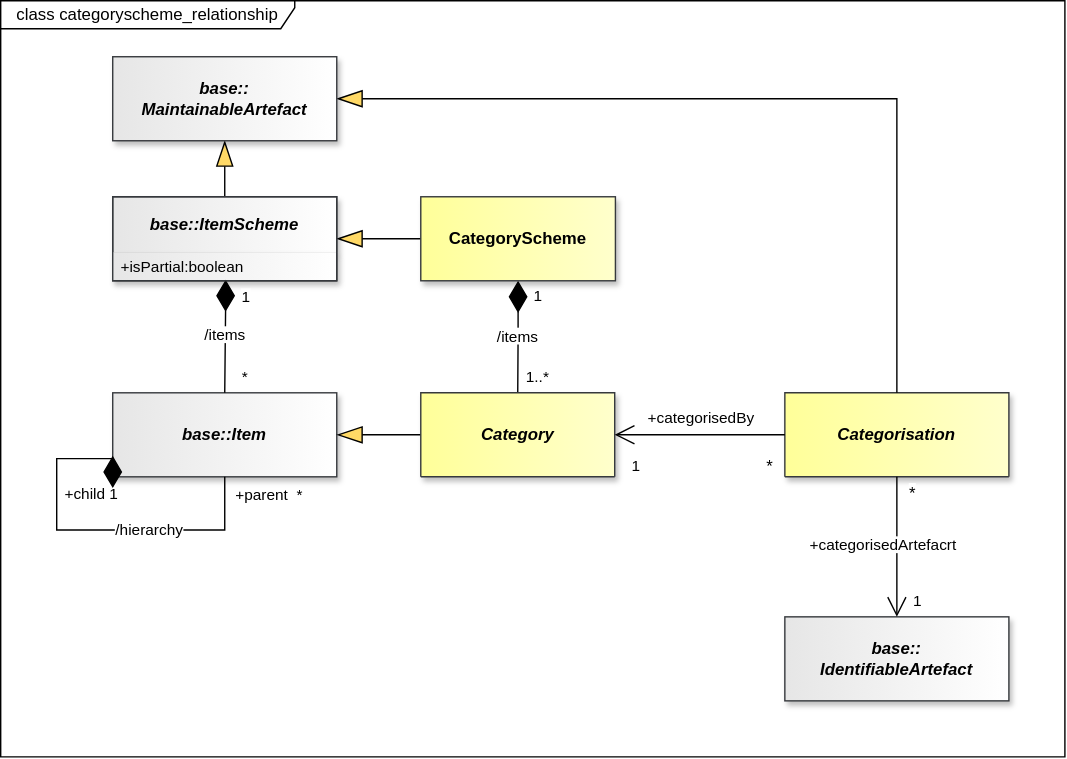
sdmx-twg/sdmx-im keeps this draw.io diagram as docs/information_model/media/sdmx_categoryscheme-categoryscheme_relationship.svg. Above is the earlier version. Source tidied: cells renumbered, new cells last; positions are measured from the earlier drawing's top-left corner, leaving out a move shared by most shapes.
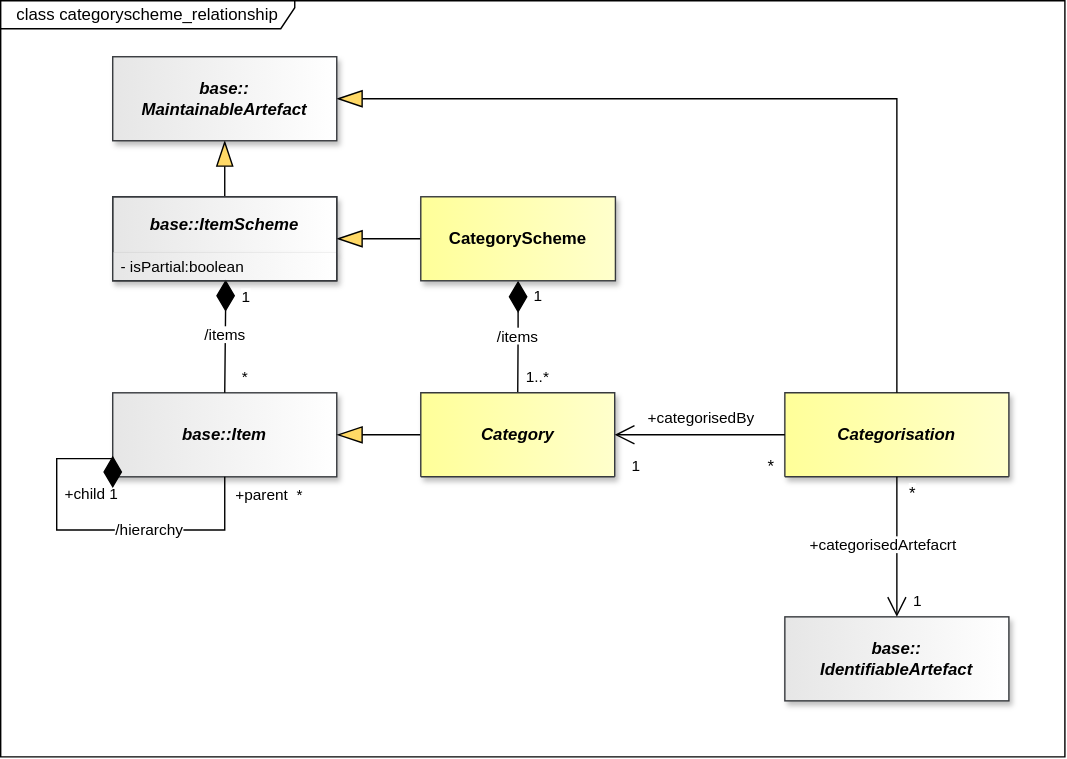
The same diagram one commit later.

Change to the diagram source:
```diff
@@ -52,7 +52,7 @@
     <mxCell id="12" value="base::ItemScheme" style="swimlane;fontStyle=3;align=center;verticalAlign=middle;horizontal=1;startSize=40;whiteSpace=wrap;html=1;strokeColor=#36393d;fontFamily=Helvetica;fontSize=12;fillColor=light-dark(#E6E6E6,#E6E6E6);gradientDirection=east;gradientColor=light-dark(#FFFFFF,#FFFFFF);fontColor=light-dark(#000000,#000000);shadow=1;" parent="1" vertex="1">
       <mxGeometry x="80" y="140" width="160" height="60" as="geometry" />
     </mxCell>
-    <mxCell id="13" value="+isPartial:boolean" style="text;strokeColor=none;fillColor=light-dark(#E6E6E6,#E6E6E6);align=left;verticalAlign=middle;spacingLeft=4;spacingRight=4;overflow=hidden;points=[[0,0.5],[1,0.5]];portConstraint=eastwest;whiteSpace=wrap;html=1;fontFamily=Helvetica;fontSize=11;fontColor=light-dark(#000000,#000000);fontStyle=0;gradientColor=light-dark(#FFFFFF,#FFFFFF);gradientDirection=east;shadow=1;" parent="12" vertex="1">
+    <mxCell id="13" value="- isPartial:boolean" style="text;strokeColor=none;fillColor=light-dark(#E6E6E6,#E6E6E6);align=left;verticalAlign=middle;spacingLeft=4;spacingRight=4;overflow=hidden;points=[[0,0.5],[1,0.5]];portConstraint=eastwest;whiteSpace=wrap;html=1;fontFamily=Helvetica;fontSize=11;fontColor=light-dark(#000000,#000000);fontStyle=0;gradientColor=light-dark(#FFFFFF,#FFFFFF);gradientDirection=east;shadow=1;" parent="12" vertex="1">
       <mxGeometry y="40" width="160" height="20" as="geometry" />
     </mxCell>
     <mxCell id="14" style="endArrow=blockThin;endSize=16;endFill=1;html=1;rounded=0;exitX=0;exitY=0.5;exitDx=0;exitDy=0;startFill=0;endFillColor=light-dark(#FFD966,#FFD966);strokeColor=light-dark(#000000,#FFFFFF);startFillColor=light-dark(#000000,#FFFFFF);labelBackgroundColor=none;labelBorderColor=light-dark(#000000,#FFFFFF);entryX=1;entryY=0.5;entryDx=0;entryDy=0;" parent="1" edge="1" source="20" target="12">
```
